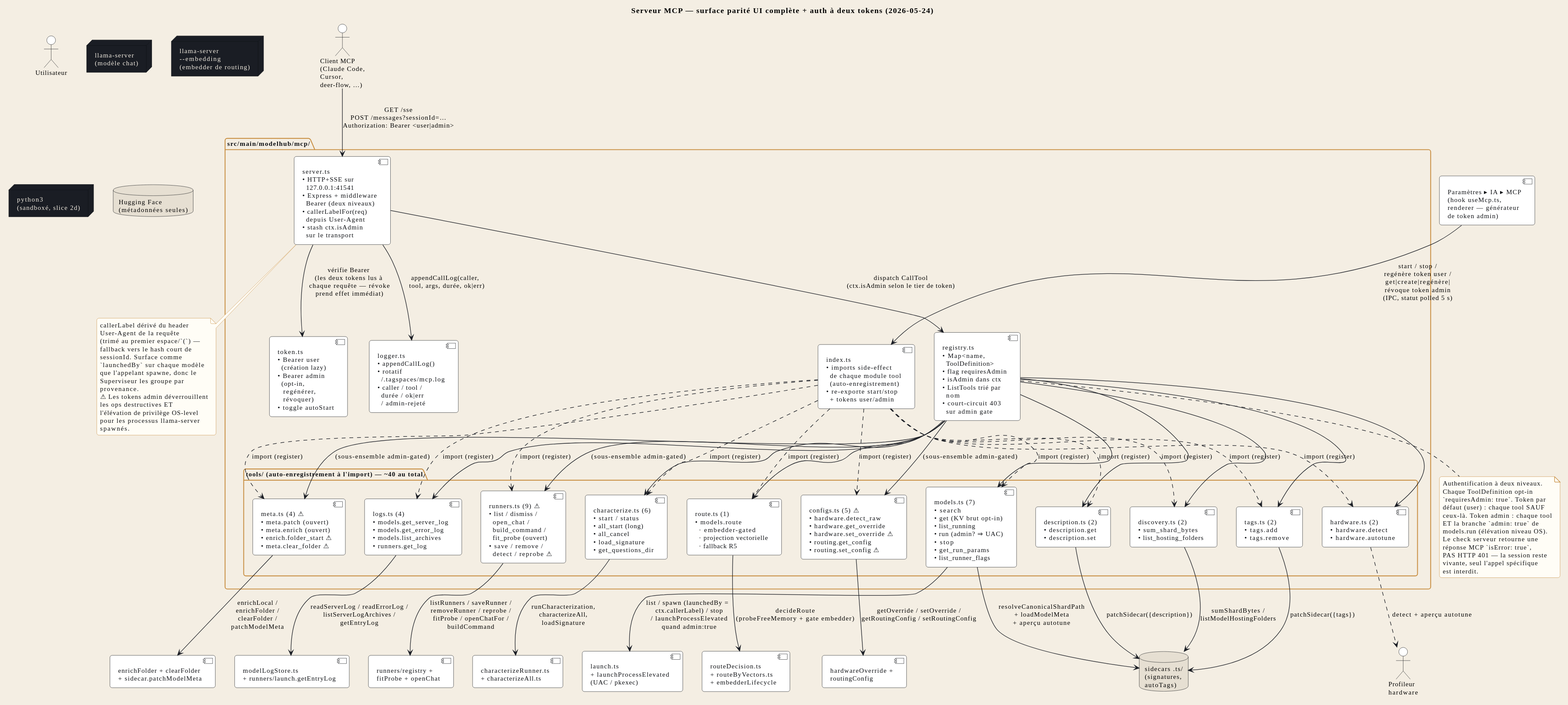
Syphys/maestria keeps this PlantUML diagram as docs/fr/svg/mcp-server.svg. Above is the earlier version.
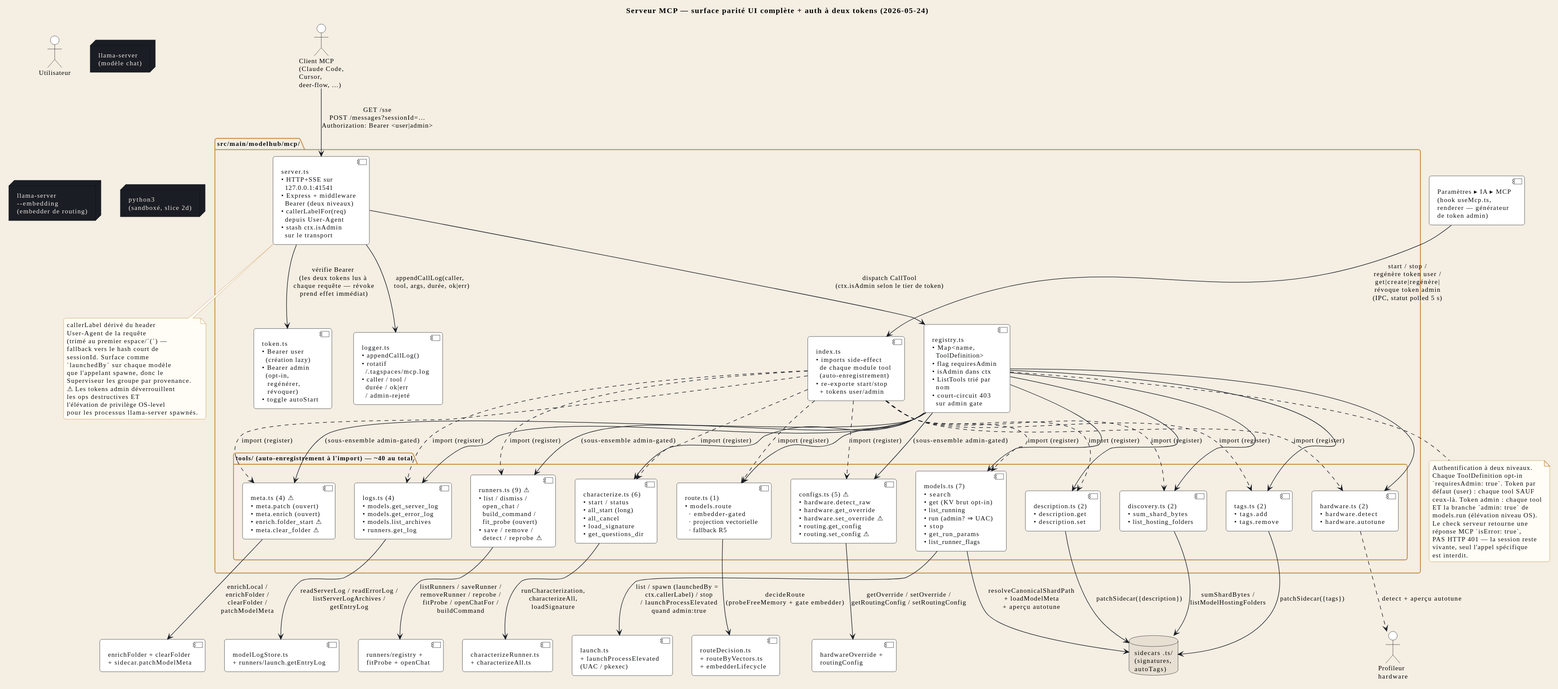
After the change.

The edit, as a diff of the source:
```diff
@@ -2,23 +2,23 @@
 !include ../_includes/style.iuml
 !include ../_includes/actors.iuml
 
-title Serveur MCP — surface parité UI complète + auth à deux tokens (2026-05-24)
+title STR_MCPDIA_TITLE
 
 package "src/main/modelhub/mcp/" as MCP_PKG {
-  component "index.ts\n• imports side-effect\n  de chaque module tool\n  (auto-enregistrement)\n• re-exporte start/stop\n  + tokens user/admin" as INDEX
-  component "server.ts\n• HTTP+SSE sur\n  127.0.0.1:41541\n• Express + middleware\n  Bearer (deux niveaux)\n• callerLabelFor(req)\n  depuis User-Agent\n• stash ctx.isAdmin\n  sur le transport" as SERVER
-  component "registry.ts\n• Map<name,\n  ToolDefinition>\n• flag requiresAdmin\n• isAdmin dans ctx\n• ListTools trié par\n  nom\n• court-circuit 403\n  sur admin gate" as REG
-  component "token.ts\n• Bearer user\n  (création lazy)\n• Bearer admin\n  (opt-in,\n   regénérer,\n   révoquer)\n• toggle autoStart" as TOKEN
-  component "logger.ts\n• appendCallLog()\n• rotatif\n  ~/.tagspaces/mcp.log\n• caller / tool /\n  durée / ok|err\n  / admin-rejeté" as LOGGER
+  component "STR_MCPDIA_INDEX" as INDEX
+  component "STR_MCPDIA_SERVER" as SERVER
+  component "STR_MCPDIA_REG" as REG
+  component "STR_MCPDIA_TOKEN" as TOKEN
+  component "STR_MCPDIA_LOGGER" as LOGGER
 
-  package "tools/ (auto-enregistrement à l'import) — ~40 au total" as TOOLS {
-    component "models.ts (7)\n• search\n• get  (KV brut opt-in)\n• list_running\n• run (admin? ⇒ UAC)\n• stop\n• get_run_params\n• list_runner_flags" as T_MODELS
-    component "route.ts (1)\n• models.route\n  · embedder-gated\n  · projection vectorielle\n  · fallback R5" as T_ROUTE
+  package "STR_MCPDIA_TOOLS_PKG_LABEL" as TOOLS {
+    component "STR_MCPDIA_T_MODELS" as T_MODELS
+    component "STR_MCPDIA_T_ROUTE" as T_ROUTE
     component "characterize.ts (6)\n• start / status\n• all_start (long)\n• all_cancel\n• load_signature\n• get_questions_dir" as T_CHAR
     component "logs.ts (4)\n• models.get_server_log\n• models.get_error_log\n• models.list_archives\n• runners.get_log" as T_LOGS
-    component "meta.ts (4) ⚠\n• meta.patch (ouvert)\n• meta.enrich (ouvert)\n• enrich.folder_start ⚠\n• meta.clear_folder ⚠" as T_META
+    component "STR_MCPDIA_T_META" as T_META
     component "discovery.ts (2)\n• sum_shard_bytes\n• list_hosting_folders" as T_DISC
-    component "runners.ts (9) ⚠\n• list / dismiss /\n  open_chat /\n  build_command /\n  fit_probe (ouvert)\n• save / remove /\n  detect / reprobe ⚠" as T_RUNN
+    component "STR_MCPDIA_T_RUNN" as T_RUNN
     component "configs.ts (5) ⚠\n• hardware.detect_raw\n• hardware.get_override\n• hardware.set_override ⚠\n• routing.get_config\n• routing.set_config ⚠" as T_CFG
     component "tags.ts (2)\n• tags.add\n• tags.remove" as T_TAGS
     component "description.ts (2)\n• description.get\n• description.set" as T_DESC
@@ -33,21 +33,21 @@
 component "enrichFolder + clearFolder\n+ sidecar.patchModelMeta" as META_CORE
 component "runners/registry +\nfitProbe + openChat" as RUNN_CORE
 component "hardwareOverride +\nroutingConfig" as CFG_CORE
-component "Paramètres ▸ IA ▸ MCP\n(hook useMcp.ts,\nrenderer — générateur\nde token admin)" as UI_SETTINGS_R
+component "STR_MCPDIA_UI_SETTINGS_R" as UI_SETTINGS_R
 
 MCP_CLIENT --> SERVER : GET /sse\nPOST /messages?sessionId=…\nAuthorization: Bearer <user|admin>
-SERVER --> TOKEN : vérifie Bearer\n(les deux tokens lus à\n chaque requête — révoke\n prend effet immédiat)
-SERVER --> REG : dispatch CallTool\n(ctx.isAdmin selon le tier de token)
-SERVER --> LOGGER : appendCallLog(caller,\n  tool, args, durée, ok|err)
+SERVER --> TOKEN : STR_MCPDIA_REL_VERIFY_BEARER
+SERVER --> REG : STR_MCPDIA_REL_DISPATCH
+SERVER --> LOGGER : STR_MCPDIA_REL_APPEND_LOG
 
 REG --> T_MODELS
 REG --> T_ROUTE
 REG --> T_CHAR
 REG --> T_LOGS
-REG --> T_META : (sous-ensemble admin-gated)
+REG --> T_META : STR_MCPDIA_REL_ADMIN_GATED
 REG --> T_DISC
-REG --> T_RUNN : (sous-ensemble admin-gated)
-REG --> T_CFG  : (sous-ensemble admin-gated)
+REG --> T_RUNN : STR_MCPDIA_REL_ADMIN_GATED
+REG --> T_CFG  : STR_MCPDIA_REL_ADMIN_GATED
 REG --> T_TAGS
 REG --> T_DESC
 REG --> T_HW
@@ -64,9 +64,9 @@
 INDEX ..> T_DESC   : import (register)
 INDEX ..> T_HW     : import (register)
 
-T_MODELS --> LAUNCH : list / spawn (launchedBy =\n  ctx.callerLabel) / stop\n  / launchProcessElevated\n  quand admin:true
-T_MODELS --> SIDECARS : resolveCanonicalShardPath\n+ loadModelMeta\n+ aperçu autotune
-T_ROUTE --> ROUTE_CORE : decideRoute\n(probeFreeMemory + gate embedder)
+T_MODELS --> LAUNCH : STR_MCPDIA_REL_T_MODELS_LAUNCH
+T_MODELS --> SIDECARS : STR_MCPDIA_REL_T_MODELS_SIDE
+T_ROUTE --> ROUTE_CORE : STR_MCPDIA_REL_T_ROUTE
 T_CHAR --> CHAR_CORE : runCharacterization,\ncharacterizeAll,\nloadSignature
 T_LOGS --> LOGS_CORE : readServerLog / readErrorLog /\nlistServerLogArchives /\ngetEntryLog
 T_META --> META_CORE : enrichLocal /\nenrichFolder /\nclearFolder /\npatchModelMeta
@@ -75,39 +75,37 @@
 T_CFG --> CFG_CORE : getOverride / setOverride /\ngetRoutingConfig / setRoutingConfig
 T_TAGS --> SIDECARS : patchSidecar({tags})
 T_DESC --> SIDECARS : patchSidecar({description})
-T_HW ..> "Profileur\nhardware" : detect + aperçu autotune
+T_HW ..> "STR_MCPDIA_HW_LABEL" : STR_MCPDIA_REL_T_HW
 
-UI_SETTINGS_R --> INDEX : start / stop /\nregénère token user /\nget|create|regénère|\nrévoque token admin\n(IPC, statut polled 5 s)
+UI_SETTINGS_R --> INDEX : STR_MCPDIA_REL_UI_SETTINGS
 
 note bottom of REG
-  Authentification à deux niveaux.
-  Chaque ToolDefinition opt-in
-  `requiresAdmin: true`. Token par
-  défaut (user) : chaque tool SAUF
-  ceux-là. Token admin : chaque tool
-  ET la branche `admin: true` de
-  models.run (élévation niveau OS).
-  Le check serveur retourne une
-  réponse MCP `isError: true`,
-  PAS HTTP 401 — la session reste
-  vivante, seul l'appel spécifique
-  est interdit.
+  STR_MCPDIA_NOTE_REG_L1
+  STR_MCPDIA_NOTE_REG_L2
+  STR_MCPDIA_NOTE_REG_L3
+  STR_MCPDIA_NOTE_REG_L4
+  STR_MCPDIA_NOTE_REG_L5
+  STR_MCPDIA_NOTE_REG_L6
+  STR_MCPDIA_NOTE_REG_L7
+  STR_MCPDIA_NOTE_REG_L8
+  STR_MCPDIA_NOTE_REG_L9
+  STR_MCPDIA_NOTE_REG_L10
+  STR_MCPDIA_NOTE_REG_L11
+  STR_MCPDIA_NOTE_REG_L12
 end note
 
 note bottom of SERVER
-  callerLabel dérivé du header
-  User-Agent de la requête
-  (trimé au premier espace/`(`) —
-  fallback vers le hash court de
-  sessionId. Surface comme
-  `launchedBy` sur chaque modèle
-  que l'appelant spawne, donc le
-  Superviseur les groupe par
-  provenance.
-  ⚠ Les tokens admin déverrouillent
-  les ops destructives ET
-  l'élévation de privilège OS-level
-  pour les processus llama-server
-  spawnés.
+  STR_MCPDIA_NOTE_SRV_L1
+  STR_MCPDIA_NOTE_SRV_L2
+  STR_MCPDIA_NOTE_SRV_L3
+  STR_MCPDIA_NOTE_SRV_L4
+  STR_MCPDIA_NOTE_SRV_L5
+  STR_MCPDIA_NOTE_SRV_L6
+  STR_MCPDIA_NOTE_SRV_L7
+  STR_MCPDIA_NOTE_SRV_L8
+  STR_MCPDIA_NOTE_SRV_L9
+  STR_MCPDIA_NOTE_SRV_L10
+  STR_MCPDIA_NOTE_SRV_L11
+  STR_MCPDIA_NOTE_SRV_L12
 end note
 @enduml
```
